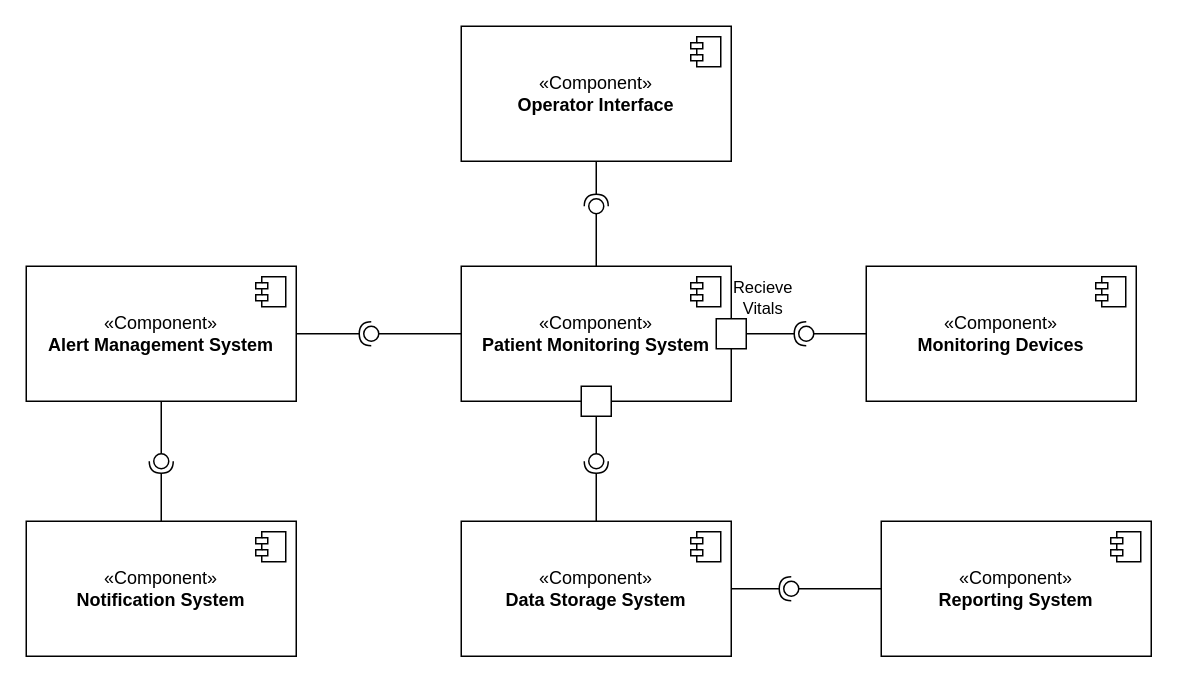
Above: Component diagram.drawio in marymakayeva/Practise_project (draw.io), before the change. Source tidied: cells renumbered, new cells numbered last; positions are measured from the earlier drawing's top-left corner, leaving out a move shared by most shapes. Both pictures are drawn from the tidied source at 150%, with x=0, y=0 at pixel (26, 26).
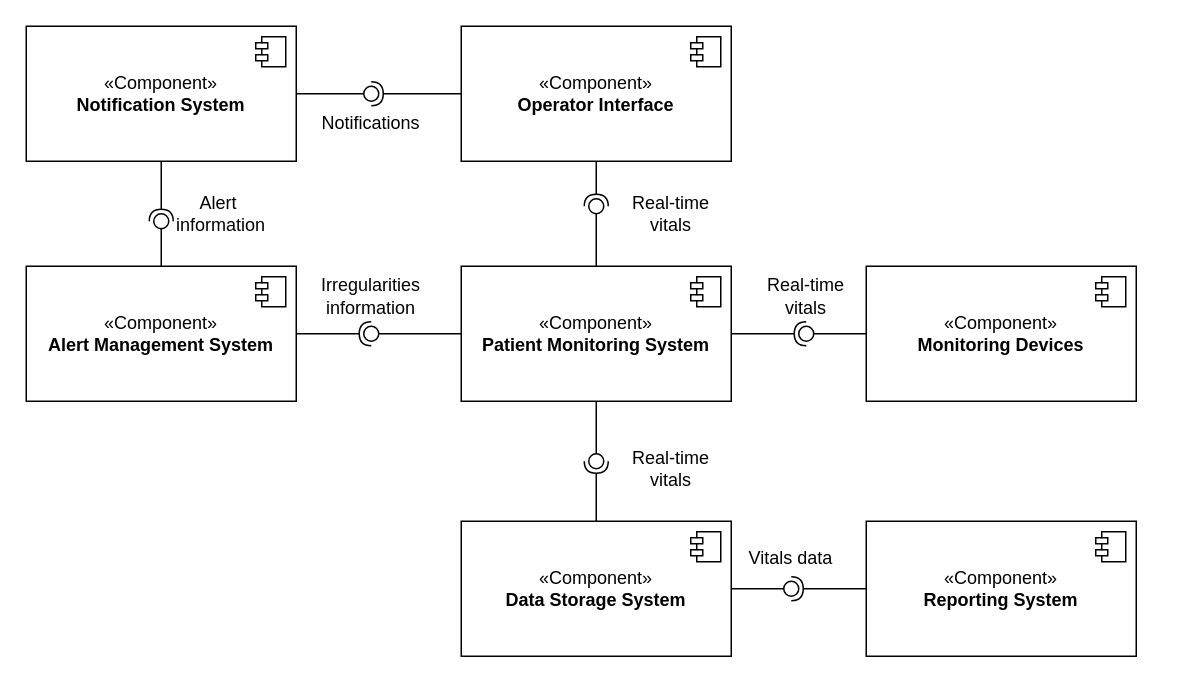
The same page after the edit.

Unchanged cells that the change refers to:
```xml
<mxCell id="2" value="«Component»&lt;br&gt;&lt;b&gt;Patient Monitoring System&lt;/b&gt;" style="html=1;whiteSpace=wrap;" parent="1" vertex="1">
  <mxGeometry x="290" y="160" width="180" height="90" as="geometry" />
</mxCell>
<mxCell id="6" value="«Component»&lt;br&gt;&lt;b&gt;Data Storage System&lt;/b&gt;" style="html=1;whiteSpace=wrap;" parent="1" vertex="1">
  <mxGeometry x="290" y="330" width="180" height="90" as="geometry" />
</mxCell>
<mxCell id="8" value="«Component»&lt;br&gt;&lt;b&gt;Operator Interface&lt;/b&gt;" style="html=1;whiteSpace=wrap;" parent="1" vertex="1">
  <mxGeometry x="290" width="180" height="90" as="geometry" />
</mxCell>
<mxCell id="12" value="«Component»&lt;br&gt;&lt;b&gt;Alert Management System&lt;/b&gt;" style="html=1;whiteSpace=wrap;" parent="1" vertex="1">
  <mxGeometry y="160" width="180" height="90" as="geometry" />
</mxCell>
```

What changed in the source:
```diff
@@
     <mxCell id="10" value="«Component»&lt;br&gt;&lt;b&gt;Notification System&lt;/b&gt;" style="html=1;whiteSpace=wrap;" parent="1" vertex="1">
-      <mxGeometry y="330" width="180" height="90" as="geometry" />
+      <mxGeometry width="180" height="90" as="geometry" />
     </mxCell>
@@
     <mxCell id="14" value="«Component»&lt;br&gt;&lt;b&gt;Reporting&amp;nbsp;System&lt;/b&gt;" style="html=1;whiteSpace=wrap;" parent="1" vertex="1">
-      <mxGeometry x="570" y="330" width="180" height="90" as="geometry" />
+      <mxGeometry x="560" y="330" width="180" height="90" as="geometry" />
     </mxCell>
@@
-    <mxCell id="19" style="rounded=0;jettySize=auto;html=1;endArrow=halfCircle;endFill=0;endSize=6;strokeWidth=1;sketch=0;exitX=1;exitY=0.5;exitDx=0;exitDy=0;" parent="1" edge="1" source="37">
+    <mxCell id="19" style="rounded=0;jettySize=auto;html=1;endArrow=halfCircle;endFill=0;endSize=6;strokeWidth=1;sketch=0;exitX=1;exitY=0.5;exitDx=0;exitDy=0;" parent="1" edge="1" source="2">
       <mxGeometry relative="1" as="geometry">
         <mxPoint x="520" y="205" as="targetPoint" />
       </mxGeometry>
     </mxCell>
@@
-    <mxCell id="28" style="rounded=0;jettySize=auto;html=1;endArrow=halfCircle;endFill=0;endSize=6;strokeWidth=1;sketch=0;exitX=1;exitY=0.5;exitDx=0;exitDy=0;" parent="1" edge="1" source="6">
+    <mxCell id="28" style="rounded=0;jettySize=auto;html=1;endArrow=halfCircle;endFill=0;endSize=6;strokeWidth=1;sketch=0;exitX=0;exitY=0.5;exitDx=0;exitDy=0;" parent="1" edge="1" source="14">
       <mxGeometry relative="1" as="geometry">
         <mxPoint x="510" y="375" as="targetPoint" />
       </mxGeometry>
     </mxCell>
-    <mxCell id="29" style="rounded=0;jettySize=auto;html=1;endArrow=oval;endFill=0;sketch=0;sourcePerimeterSpacing=0;targetPerimeterSpacing=0;endSize=10;exitX=0;exitY=0.5;exitDx=0;exitDy=0;" parent="1" edge="1" source="14">
+    <mxCell id="29" style="rounded=0;jettySize=auto;html=1;endArrow=oval;endFill=0;sketch=0;sourcePerimeterSpacing=0;targetPerimeterSpacing=0;endSize=10;exitX=1;exitY=0.5;exitDx=0;exitDy=0;" parent="1" edge="1" source="6">
       <mxGeometry relative="1" as="geometry">
         <mxPoint x="510" y="375" as="targetPoint" />
       </mxGeometry>
     </mxCell>
@@
-    <mxCell id="31" style="rounded=0;jettySize=auto;html=1;endArrow=halfCircle;endFill=0;endSize=6;strokeWidth=1;sketch=0;exitX=0.5;exitY=0;exitDx=0;exitDy=0;" parent="1" edge="1" source="10">
+    <mxCell id="31" style="rounded=0;jettySize=auto;html=1;endArrow=halfCircle;endFill=0;endSize=6;strokeWidth=1;sketch=0;exitX=0.5;exitY=1;exitDx=0;exitDy=0;" parent="1" edge="1" source="10">
       <mxGeometry relative="1" as="geometry">
-        <mxPoint x="90" y="290" as="targetPoint" />
+        <mxPoint x="90" y="130" as="targetPoint" />
       </mxGeometry>
     </mxCell>
-    <mxCell id="32" style="rounded=0;jettySize=auto;html=1;endArrow=oval;endFill=0;sketch=0;sourcePerimeterSpacing=0;targetPerimeterSpacing=0;endSize=10;exitX=0.5;exitY=1;exitDx=0;exitDy=0;" parent="1" edge="1" source="12">
+    <mxCell id="32" style="rounded=0;jettySize=auto;html=1;endArrow=oval;endFill=0;sketch=0;sourcePerimeterSpacing=0;targetPerimeterSpacing=0;endSize=10;exitX=0.5;exitY=0;exitDx=0;exitDy=0;" parent="1" edge="1" source="12">
       <mxGeometry relative="1" as="geometry">
-        <mxPoint x="90" y="290" as="targetPoint" />
+        <mxPoint x="90" y="130" as="targetPoint" />
       </mxGeometry>
     </mxCell>
@@
-    <mxCell id="34" style="whiteSpace=wrap;html=1;" parent="1" vertex="1">
-      <mxGeometry x="370" y="240" width="20" height="20" as="geometry" />
-    </mxCell>
-    <mxCell id="35" style="rounded=0;jettySize=auto;html=1;endArrow=halfCircle;endFill=0;endSize=6;strokeWidth=1;sketch=0;exitX=1;exitY=0.5;exitDx=0;exitDy=0;" parent="1" edge="1" source="2" target="37">
-      <mxGeometry relative="1" as="geometry" />
-    </mxCell>
-    <mxCell id="36" value="Recieve&lt;div&gt;Vitals&lt;/div&gt;" style="edgeLabel;html=1;align=center;verticalAlign=middle;" parent="35" vertex="1">
-      <mxGeometry x="-0.28" y="-1" relative="1" as="geometry">
-        <mxPoint x="16" y="-26" as="offset" />
-      </mxGeometry>
-    </mxCell>
-    <mxCell id="37" style="whiteSpace=wrap;html=1;" parent="1" vertex="1">
-      <mxGeometry x="460" y="195" width="20" height="20" as="geometry" />
-    </mxCell>
+    <mxCell id="38" value="Vitals data" style="text;html=1;align=center;verticalAlign=middle;whiteSpace=wrap;rounded=0;" parent="1" vertex="1">
+      <mxGeometry x="480" y="340" width="60" height="30" as="geometry" />
+    </mxCell>
+    <mxCell id="39" value="Irregularities&lt;div&gt;information&lt;/div&gt;" style="text;html=1;align=center;verticalAlign=middle;whiteSpace=wrap;rounded=0;" parent="1" vertex="1">
+      <mxGeometry x="200" y="165" width="60" height="30" as="geometry" />
+    </mxCell>
+    <mxCell id="40" value="Real-time vitals" style="text;html=1;align=center;verticalAlign=middle;whiteSpace=wrap;rounded=0;" parent="1" vertex="1">
+      <mxGeometry x="400" y="110" width="60" height="30" as="geometry" />
+    </mxCell>
+    <mxCell id="41" value="Real-time vitals" style="text;html=1;align=center;verticalAlign=middle;whiteSpace=wrap;rounded=0;" parent="1" vertex="1">
+      <mxGeometry x="400" y="280" width="60" height="30" as="geometry" />
+    </mxCell>
+    <mxCell id="42" value="Real-time vitals" style="text;html=1;align=center;verticalAlign=middle;whiteSpace=wrap;rounded=0;" parent="1" vertex="1">
+      <mxGeometry x="490" y="165" width="60" height="30" as="geometry" />
+    </mxCell>
+    <mxCell id="43" value="Alert&amp;nbsp;&lt;div&gt;information&lt;/div&gt;" style="text;html=1;align=center;verticalAlign=middle;whiteSpace=wrap;rounded=0;" parent="1" vertex="1">
+      <mxGeometry x="100" y="110" width="60" height="30" as="geometry" />
+    </mxCell>
+    <mxCell id="44" style="rounded=0;jettySize=auto;html=1;endArrow=halfCircle;endFill=0;endSize=6;strokeWidth=1;sketch=0;exitX=0;exitY=0.5;exitDx=0;exitDy=0;" parent="1" edge="1" source="8">
+      <mxGeometry relative="1" as="geometry">
+        <mxPoint x="230" y="45" as="targetPoint" />
+      </mxGeometry>
+    </mxCell>
+    <mxCell id="45" style="rounded=0;jettySize=auto;html=1;endArrow=oval;endFill=0;sketch=0;sourcePerimeterSpacing=0;targetPerimeterSpacing=0;endSize=10;exitX=1;exitY=0.5;exitDx=0;exitDy=0;" parent="1" edge="1" source="10">
+      <mxGeometry relative="1" as="geometry">
+        <mxPoint x="230" y="45" as="targetPoint" />
+      </mxGeometry>
+    </mxCell>
+    <mxCell id="46" style="ellipse;whiteSpace=wrap;html=1;align=center;fillColor=none;strokeColor=none;perimeter=centerPerimeter;" parent="1" vertex="1">
+      <mxGeometry x="355" y="220" width="10" height="10" as="geometry" />
+    </mxCell>
+    <mxCell id="47" value="Notifications" style="text;html=1;align=center;verticalAlign=middle;whiteSpace=wrap;rounded=0;" parent="1" vertex="1">
+      <mxGeometry x="200" y="50" width="60" height="30" as="geometry" />
+    </mxCell>
```
